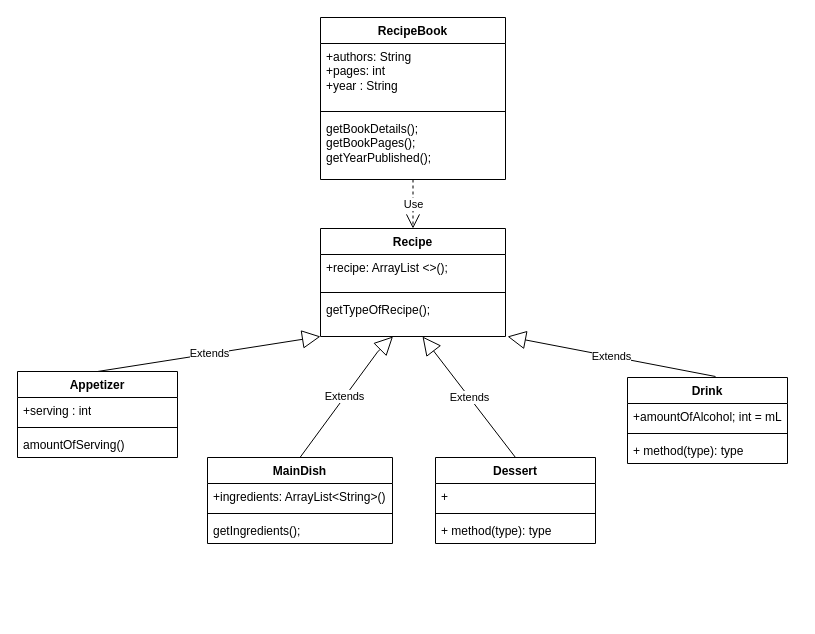
The draw.io diagram RecipeBook (2).drawio in L3XZ-08/RecipeBook, before the edit. Source tidied: cells renumbered, new cells numbered last; positions are measured from the earlier drawing's top-left corner, leaving out a move shared by most shapes. Both pictures are drawn from the tidied source at 100%, with x=0, y=0 at pixel (17, 17).
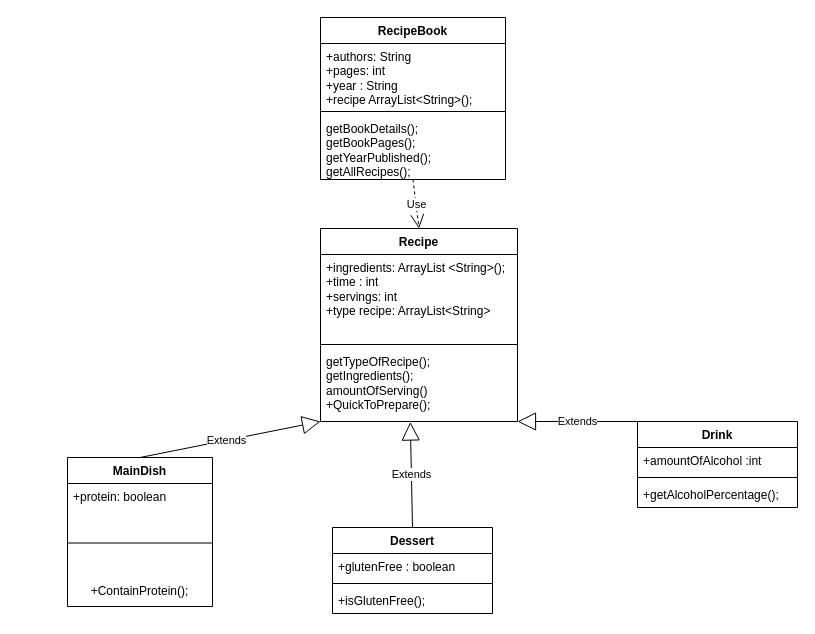
Above is the later version.

Unchanged cells that the change refers to:
```xml
<mxCell id="2" value="RecipeBook&lt;div&gt;&lt;br&gt;&lt;/div&gt;" style="swimlane;fontStyle=1;align=center;verticalAlign=top;horizontal=1;startSize=26;whiteSpace=wrap;html=1;" parent="1" vertex="1">
  <mxGeometry x="303" width="185" height="162" as="geometry" />
</mxCell>
```

What changed in the source:
```diff
@@
-    <mxCell id="3" value="+authors: String&lt;div&gt;+pages: int&lt;/div&gt;&lt;div&gt;+year : String&lt;/div&gt;" style="text;strokeColor=none;fillColor=none;align=left;verticalAlign=top;spacingLeft=4;spacingRight=4;overflow=hidden;whiteSpace=wrap;html=1;" parent="2" vertex="1">
+    <mxCell id="3" value="+authors: String&lt;div&gt;+pages: int&lt;/div&gt;&lt;div&gt;+year : String&lt;/div&gt;&lt;div&gt;+recipe ArrayList&amp;lt;String&amp;gt;();&lt;/div&gt;&lt;div&gt;&lt;br&gt;&lt;/div&gt;" style="text;strokeColor=none;fillColor=none;align=left;verticalAlign=top;spacingLeft=4;spacingRight=4;overflow=hidden;whiteSpace=wrap;html=1;" parent="2" vertex="1">
       <mxGeometry y="26" width="185" height="64" as="geometry" />
     </mxCell>
@@
-    <mxCell id="5" value="getBookDetails();&lt;div&gt;getBookPages();&lt;/div&gt;&lt;div&gt;getYearPublished();&lt;/div&gt;" style="text;strokeColor=none;fillColor=none;align=left;verticalAlign=top;spacingLeft=4;spacingRight=4;overflow=hidden;whiteSpace=wrap;html=1;" parent="2" vertex="1">
+    <mxCell id="5" value="getBookDetails();&lt;div&gt;getBookPages();&lt;/div&gt;&lt;div&gt;getYearPublished();&lt;/div&gt;&lt;div&gt;getAllRecipes();&lt;/div&gt;" style="text;strokeColor=none;fillColor=none;align=left;verticalAlign=top;spacingLeft=4;spacingRight=4;overflow=hidden;whiteSpace=wrap;html=1;" parent="2" vertex="1">
       <mxGeometry y="98" width="185" height="64" as="geometry" />
     </mxCell>
-    <mxCell id="6" value="Appetizer" style="swimlane;fontStyle=1;align=center;verticalAlign=top;horizontal=1;startSize=26;whiteSpace=wrap;html=1;" parent="1" vertex="1">
-      <mxGeometry y="354" width="160" height="86" as="geometry" />
-    </mxCell>
-    <mxCell id="7" value="+serving : int" style="text;strokeColor=none;fillColor=none;align=left;verticalAlign=top;spacingLeft=4;spacingRight=4;overflow=hidden;whiteSpace=wrap;html=1;" parent="6" vertex="1">
-      <mxGeometry y="26" width="160" height="26" as="geometry" />
-    </mxCell>
-    <mxCell id="8" style="line;strokeWidth=1;fillColor=none;align=left;verticalAlign=middle;spacingTop=-1;spacingLeft=3;spacingRight=3;labelPosition=right;strokeColor=inherit;labelPerimeter=1;" parent="6" vertex="1">
-      <mxGeometry y="52" width="160" height="8" as="geometry" />
-    </mxCell>
-    <mxCell id="9" value="amountOfServing()" style="text;strokeColor=none;fillColor=none;align=left;verticalAlign=top;spacingLeft=4;spacingRight=4;overflow=hidden;whiteSpace=wrap;html=1;" parent="6" vertex="1">
-      <mxGeometry y="60" width="160" height="26" as="geometry" />
-    </mxCell>
     <mxCell id="10" value="Recipe" style="swimlane;fontStyle=1;align=center;verticalAlign=top;horizontal=1;startSize=26;whiteSpace=wrap;html=1;" parent="1" vertex="1">
-      <mxGeometry x="303" y="211" width="185" height="108" as="geometry" />
+      <mxGeometry x="303" y="211" width="197" height="193" as="geometry" />
     </mxCell>
-    <mxCell id="11" value="+recipe: ArrayList &amp;lt;&amp;gt;();&lt;div&gt;&lt;br&gt;&lt;/div&gt;" style="text;strokeColor=none;fillColor=none;align=left;verticalAlign=top;spacingLeft=4;spacingRight=4;overflow=hidden;whiteSpace=wrap;html=1;" parent="10" vertex="1">
-      <mxGeometry y="26" width="185" height="34" as="geometry" />
+    <mxCell id="11" value="+ingredients: ArrayList &amp;lt;String&amp;gt;();&lt;div&gt;+time : int&lt;/div&gt;&lt;div&gt;+servings: int&lt;/div&gt;&lt;div&gt;+type recipe: ArrayList&amp;lt;String&amp;gt;&lt;/div&gt;&lt;div&gt;&lt;br&gt;&lt;div&gt;&lt;br&gt;&lt;/div&gt;&lt;/div&gt;" style="text;strokeColor=none;fillColor=none;align=left;verticalAlign=top;spacingLeft=4;spacingRight=4;overflow=hidden;whiteSpace=wrap;html=1;" parent="10" vertex="1">
+      <mxGeometry y="26" width="197" height="86" as="geometry" />
     </mxCell>
     <mxCell id="12" style="line;strokeWidth=1;fillColor=none;align=left;verticalAlign=middle;spacingTop=-1;spacingLeft=3;spacingRight=3;labelPosition=right;strokeColor=inherit;labelPerimeter=1;" parent="10" vertex="1">
-      <mxGeometry y="60" width="185" height="8" as="geometry" />
+      <mxGeometry y="112" width="197" height="8" as="geometry" />
     </mxCell>
-    <mxCell id="13" value="getTypeOfRecipe();&lt;div&gt;&lt;br&gt;&lt;/div&gt;" style="text;strokeColor=none;fillColor=none;align=left;verticalAlign=top;spacingLeft=4;spacingRight=4;overflow=hidden;points=[[0,0.5],[1,0.5]];portConstraint=eastwest;whiteSpace=wrap;html=1;" parent="10" vertex="1">
-      <mxGeometry y="68" width="185" height="40" as="geometry" />
+    <mxCell id="13" value="getTypeOfRecipe();&lt;div&gt;getIngredients();&lt;/div&gt;&lt;div&gt;amountOfServing()&lt;/div&gt;&lt;div&gt;&lt;span style=&quot;text-align: center;&quot;&gt;+QuickToPrepare();&lt;/span&gt;&lt;/div&gt;&lt;div&gt;&lt;span style=&quot;text-align: center;&quot;&gt;&lt;br&gt;&lt;/span&gt;&lt;/div&gt;" style="text;strokeColor=none;fillColor=none;align=left;verticalAlign=top;spacingLeft=4;spacingRight=4;overflow=hidden;points=[[0,0.5],[1,0.5]];portConstraint=eastwest;whiteSpace=wrap;html=1;" parent="10" vertex="1">
+      <mxGeometry y="120" width="197" height="73" as="geometry" />
     </mxCell>
     <mxCell id="14" value="MainDish" style="swimlane;fontStyle=1;align=center;verticalAlign=top;horizontal=1;startSize=26;whiteSpace=wrap;html=1;" parent="1" vertex="1">
-      <mxGeometry x="190" y="440" width="185" height="86" as="geometry" />
+      <mxGeometry x="50" y="440" width="145" height="149" as="geometry" />
     </mxCell>
-    <mxCell id="15" value="+ingredients: ArrayList&amp;lt;String&amp;gt;()" style="text;strokeColor=none;fillColor=none;align=left;verticalAlign=top;spacingLeft=4;spacingRight=4;overflow=hidden;whiteSpace=wrap;html=1;" parent="14" vertex="1">
-      <mxGeometry y="26" width="185" height="26" as="geometry" />
+    <mxCell id="15" value="+protein: boolean" style="text;strokeColor=none;fillColor=none;align=left;verticalAlign=top;spacingLeft=4;spacingRight=4;overflow=hidden;whiteSpace=wrap;html=1;" parent="14" vertex="1">
+      <mxGeometry y="26" width="145" height="26" as="geometry" />
     </mxCell>
     <mxCell id="16" style="line;strokeWidth=1;fillColor=none;align=left;verticalAlign=middle;spacingTop=-1;spacingLeft=3;spacingRight=3;labelPosition=right;strokeColor=inherit;labelPerimeter=1;" parent="14" vertex="1">
-      <mxGeometry y="52" width="185" height="8" as="geometry" />
+      <mxGeometry y="52" width="145" height="67" as="geometry" />
     </mxCell>
-    <mxCell id="17" value="getIngredients();" style="text;strokeColor=none;fillColor=none;align=left;verticalAlign=top;spacingLeft=4;spacingRight=4;overflow=hidden;whiteSpace=wrap;html=1;" parent="14" vertex="1">
-      <mxGeometry y="60" width="185" height="26" as="geometry" />
-    </mxCell>
+    <mxCell id="31" value="+ContainProtein();" style="text;html=1;whiteSpace=wrap;strokeColor=none;fillColor=none;align=center;verticalAlign=middle;rounded=0;" parent="14" vertex="1">
+      <mxGeometry y="119" width="145" height="30" as="geometry" />
+    </mxCell>
+    <mxCell id="32" style="edgeStyle=orthogonalEdgeStyle;rounded=0;jettySize=auto;html=1;exitX=0.5;exitY=1;exitDx=0;exitDy=0;entryX=0.5;entryY=1;entryDx=0;entryDy=0;defaultLabelBackgroundColor=page;labelPadding=0 4;" parent="14" edge="1" source="14" target="31">
+      <mxGeometry relative="1" as="geometry" />
+    </mxCell>
     <mxCell id="18" value="Dessert" style="swimlane;fontStyle=1;align=center;verticalAlign=top;horizontal=1;startSize=26;whiteSpace=wrap;html=1;" parent="1" vertex="1">
-      <mxGeometry x="418" y="440" width="160" height="86" as="geometry" />
+      <mxGeometry x="315" y="510" width="160" height="86" as="geometry" />
     </mxCell>
-    <mxCell id="19" value="+&amp;nbsp;" style="text;strokeColor=none;fillColor=none;align=left;verticalAlign=top;spacingLeft=4;spacingRight=4;overflow=hidden;whiteSpace=wrap;html=1;" parent="18" vertex="1">
+    <mxCell id="19" value="+glutenFree : boolean" style="text;strokeColor=none;fillColor=none;align=left;verticalAlign=top;spacingLeft=4;spacingRight=4;overflow=hidden;whiteSpace=wrap;html=1;" parent="18" vertex="1">
       <mxGeometry y="26" width="160" height="26" as="geometry" />
     </mxCell>
@@
-    <mxCell id="21" value="+ method(type): type" style="text;strokeColor=none;fillColor=none;align=left;verticalAlign=top;spacingLeft=4;spacingRight=4;overflow=hidden;whiteSpace=wrap;html=1;" parent="18" vertex="1">
+    <mxCell id="21" value="+isGlutenFree();" style="text;strokeColor=none;fillColor=none;align=left;verticalAlign=top;spacingLeft=4;spacingRight=4;overflow=hidden;whiteSpace=wrap;html=1;" parent="18" vertex="1">
       <mxGeometry y="60" width="160" height="26" as="geometry" />
     </mxCell>
     <mxCell id="22" value="Drink" style="swimlane;fontStyle=1;align=center;verticalAlign=top;horizontal=1;startSize=26;whiteSpace=wrap;html=1;" parent="1" vertex="1">
-      <mxGeometry x="610" y="360" width="160" height="86" as="geometry" />
+      <mxGeometry x="620" y="404" width="160" height="86" as="geometry" />
     </mxCell>
-    <mxCell id="23" value="+amountOfAlcohol; int = mL" style="text;strokeColor=none;fillColor=none;align=left;verticalAlign=top;spacingLeft=4;spacingRight=4;overflow=hidden;whiteSpace=wrap;html=1;" parent="22" vertex="1">
+    <mxCell id="23" value="+amountOfAlcohol :int&amp;nbsp;" style="text;strokeColor=none;fillColor=none;align=left;verticalAlign=top;spacingLeft=4;spacingRight=4;overflow=hidden;whiteSpace=wrap;html=1;" parent="22" vertex="1">
       <mxGeometry y="26" width="160" height="26" as="geometry" />
     </mxCell>
@@
-    <mxCell id="25" value="+ method(type): type" style="text;strokeColor=none;fillColor=none;align=left;verticalAlign=top;spacingLeft=4;spacingRight=4;overflow=hidden;whiteSpace=wrap;html=1;" parent="22" vertex="1">
+    <mxCell id="25" value="+getAlcoholPercentage();" style="text;strokeColor=none;fillColor=none;align=left;verticalAlign=top;spacingLeft=4;spacingRight=4;overflow=hidden;whiteSpace=wrap;html=1;" parent="22" vertex="1">
       <mxGeometry y="60" width="160" height="26" as="geometry" />
     </mxCell>
-    <mxCell id="26" value="Extends" style="endArrow=block;endSize=16;endFill=0;html=1;rounded=0;defaultLabelBackgroundColor=page;labelPadding=0 4;exitX=0.5;exitY=0;exitDx=0;exitDy=0;entryX=0;entryY=1;entryDx=0;entryDy=0;" parent="1" edge="1" source="6" target="10">
-      <mxGeometry relative="1" as="geometry" />
-    </mxCell>
@@
-    <mxCell id="28" value="Extends" style="endArrow=block;endSize=16;endFill=0;html=1;rounded=0;defaultLabelBackgroundColor=page;labelPadding=0 4;exitX=0.5;exitY=0;exitDx=0;exitDy=0;" parent="1" edge="1" source="14" target="13">
-      <mxGeometry relative="1" as="geometry">
-        <Array as="points">
-          <mxPoint x="360" y="334.5" />
-        </Array>
-      </mxGeometry>
+    <mxCell id="28" value="Extends" style="endArrow=block;endSize=16;endFill=0;html=1;rounded=0;defaultLabelBackgroundColor=page;labelPadding=0 4;exitX=0.5;exitY=0;exitDx=0;exitDy=0;entryX=0;entryY=1;entryDx=0;entryDy=0;" parent="1" edge="1" source="14" target="10">
+      <mxGeometry x="-0.04" relative="1" as="geometry" />
     </mxCell>
-    <mxCell id="29" value="Extends" style="endArrow=block;endSize=16;endFill=0;html=1;rounded=0;defaultLabelBackgroundColor=page;labelPadding=0 4;exitX=0.5;exitY=0;exitDx=0;exitDy=0;entryX=0.562;entryY=1.05;entryDx=0;entryDy=0;entryPerimeter=0;" parent="1" edge="1" source="18">
-      <mxGeometry relative="1" as="geometry">
-        <mxPoint x="405" y="319" as="targetPoint" />
-      </mxGeometry>
+    <mxCell id="29" value="Extends" style="endArrow=block;endSize=16;endFill=0;html=1;rounded=0;defaultLabelBackgroundColor=page;labelPadding=0 4;exitX=0.5;exitY=0;exitDx=0;exitDy=0;entryX=0.456;entryY=1.007;entryDx=0;entryDy=0;entryPerimeter=0;" parent="1" edge="1" source="18" target="13">
+      <mxGeometry relative="1" as="geometry" />
     </mxCell>
-    <mxCell id="30" value="Extends" style="endArrow=block;endSize=16;endFill=0;html=1;rounded=0;defaultLabelBackgroundColor=page;labelPadding=0 4;exitX=0.5;exitY=0;exitDx=0;exitDy=0;" parent="1" edge="1">
-      <mxGeometry relative="1" as="geometry">
-        <mxPoint x="698" y="359" as="sourcePoint" />
-        <mxPoint x="490" y="319" as="targetPoint" />
-      </mxGeometry>
+    <mxCell id="30" value="Extends" style="endArrow=block;endSize=16;endFill=0;html=1;rounded=0;defaultLabelBackgroundColor=page;labelPadding=0 4;exitX=0;exitY=0;exitDx=0;exitDy=0;entryX=1;entryY=1;entryDx=0;entryDy=0;" parent="1" edge="1" source="22" target="10">
+      <mxGeometry relative="1" as="geometry" />
     </mxCell>
```
